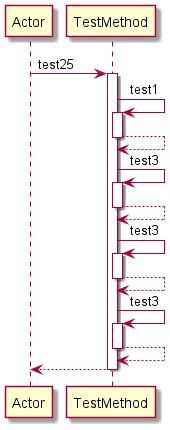
manucapo/Gardener keeps this PlantUML diagram as Diagrams/test25.png. Above is the earlier version.
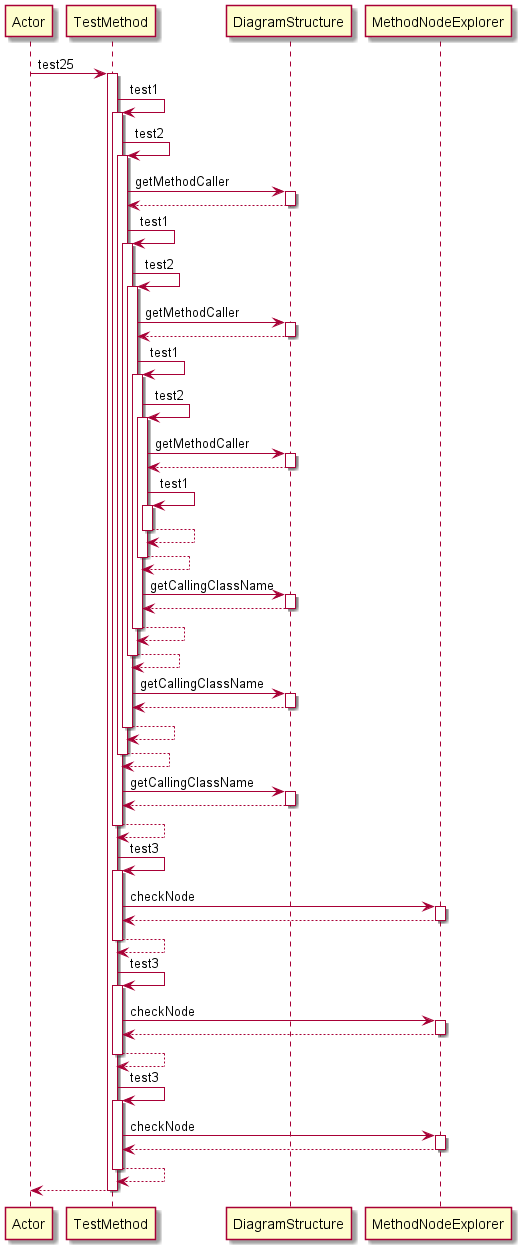
After the commit.

The edit, as a diff of the source:
```diff
@@ -4,18 +4,78 @@
 activate TestMethod
 TestMethod -> TestMethod: test1
 activate TestMethod
+TestMethod -> TestMethod: test2
+activate TestMethod
+TestMethod -> DiagramStructure: getMethodCaller
+activate DiagramStructure
+DiagramStructure-->TestMethod
+deactivate DiagramStructure
+TestMethod -> TestMethod: test1
+activate TestMethod
+TestMethod -> TestMethod: test2
+activate TestMethod
+TestMethod -> DiagramStructure: getMethodCaller
+activate DiagramStructure
+DiagramStructure-->TestMethod
+deactivate DiagramStructure
+TestMethod -> TestMethod: test1
+activate TestMethod
+TestMethod -> TestMethod: test2
+activate TestMethod
+TestMethod -> DiagramStructure: getMethodCaller
+activate DiagramStructure
+DiagramStructure-->TestMethod
+deactivate DiagramStructure
+TestMethod -> TestMethod: test1
+activate TestMethod
+TestMethod-->TestMethod
+deactivate TestMethod
+TestMethod-->TestMethod
+deactivate TestMethod
+TestMethod -> DiagramStructure: getCallingClassName
+activate DiagramStructure
+DiagramStructure-->TestMethod
+deactivate DiagramStructure
+TestMethod-->TestMethod
+deactivate TestMethod
+TestMethod-->TestMethod
+deactivate TestMethod
+TestMethod -> DiagramStructure: getCallingClassName
+activate DiagramStructure
+DiagramStructure-->TestMethod
+deactivate DiagramStructure
+TestMethod-->TestMethod
+deactivate TestMethod
+TestMethod-->TestMethod
+deactivate TestMethod
+TestMethod -> DiagramStructure: getCallingClassName
+activate DiagramStructure
+DiagramStructure-->TestMethod
+deactivate DiagramStructure
 TestMethod-->TestMethod
 deactivate TestMethod
 TestMethod -> TestMethod: test3
 activate TestMethod
+TestMethod -> MethodNodeExplorer: checkNode
+activate MethodNodeExplorer
+MethodNodeExplorer-->TestMethod
+deactivate MethodNodeExplorer
 TestMethod-->TestMethod
 deactivate TestMethod
 TestMethod -> TestMethod: test3
 activate TestMethod
+TestMethod -> MethodNodeExplorer: checkNode
+activate MethodNodeExplorer
+MethodNodeExplorer-->TestMethod
+deactivate MethodNodeExplorer
 TestMethod-->TestMethod
 deactivate TestMethod
 TestMethod -> TestMethod: test3
 activate TestMethod
+TestMethod -> MethodNodeExplorer: checkNode
+activate MethodNodeExplorer
+MethodNodeExplorer-->TestMethod
+deactivate MethodNodeExplorer
 TestMethod-->TestMethod
 deactivate TestMethod
 return
```
